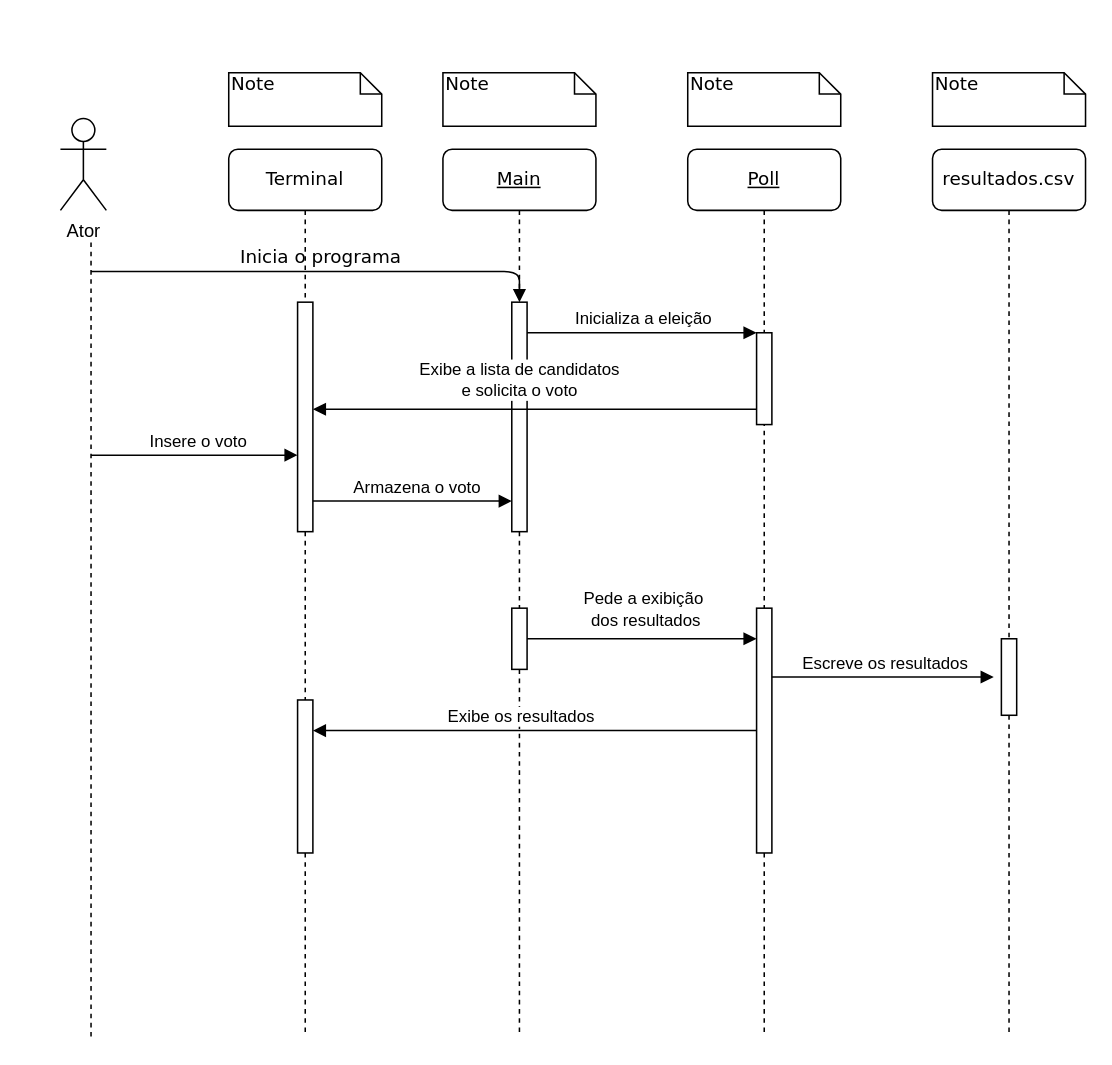
Jheickson/Urna keeps this draw.io diagram as page "Administrador" (1 of 2) of Documentos/Diagramas de Sequência/Diagrama de Sequência.drawio. Above is the earlier version. Source tidied: cells renumbered, new cells numbered last; positions are measured from the earlier drawing's top-left corner, leaving out a move shared by most shapes. Both pictures are drawn from the tidied source at 153%, with x=0, y=0 at pixel (60, 72).
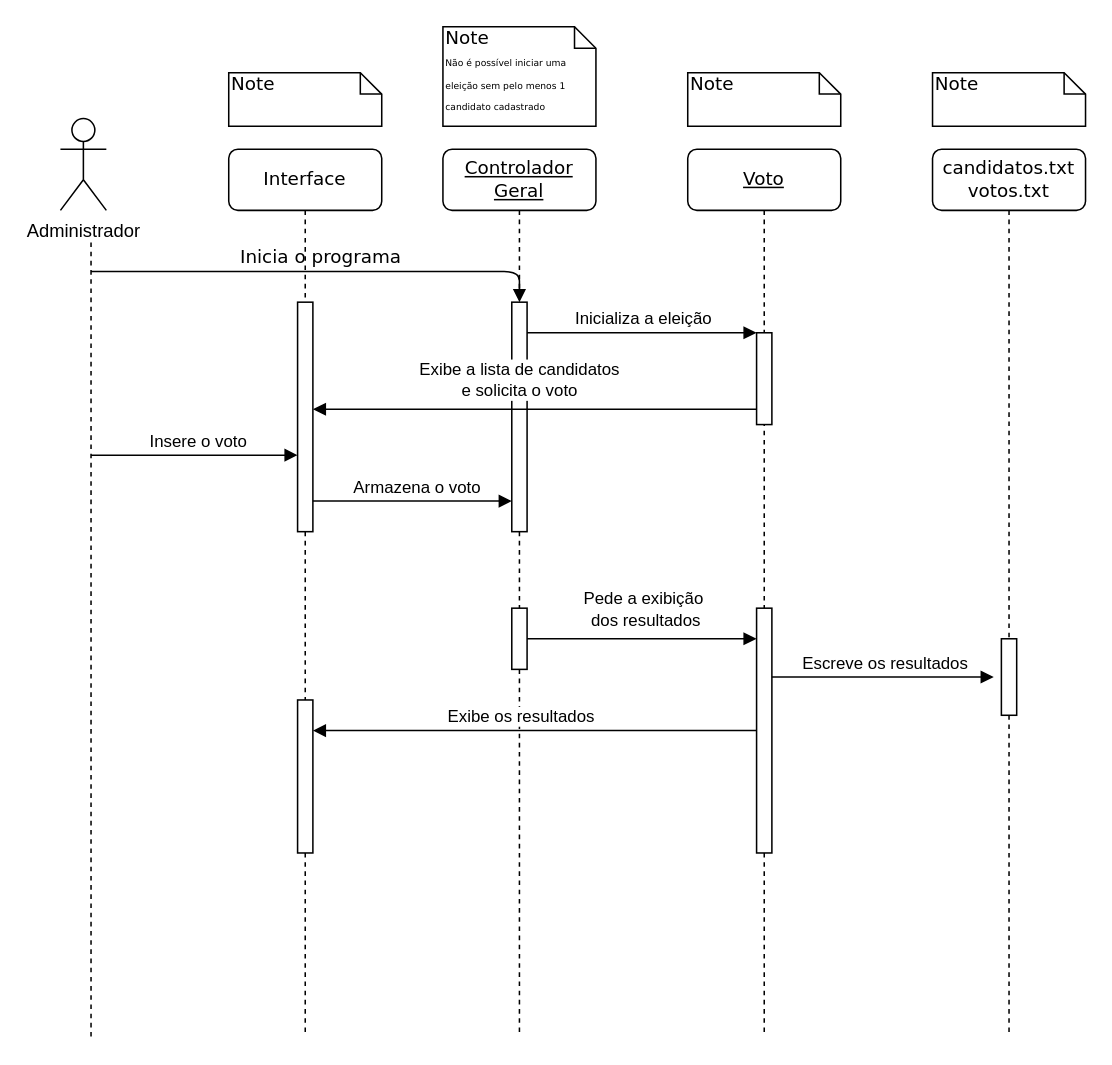
The same diagram, later.

Commit message (it also covers changes not shown here):
Diagrama de sequência Python

Diff of the diagram source:
```diff
@@
-    <mxCell id="2" value="&lt;u&gt;Main&lt;/u&gt;" style="shape=umlLifeline;perimeter=lifelinePerimeter;whiteSpace=wrap;html=1;rounded=1;shadow=0;comic=0;labelBackgroundColor=none;strokeWidth=1;fontFamily=Verdana;fontSize=12;align=center;" parent="1" vertex="1">
+    <mxCell id="2" value="&lt;u&gt;Controlador Geral&lt;/u&gt;" style="shape=umlLifeline;perimeter=lifelinePerimeter;whiteSpace=wrap;html=1;rounded=1;shadow=0;comic=0;labelBackgroundColor=none;strokeWidth=1;fontFamily=Verdana;fontSize=12;align=center;" parent="1" vertex="1">
       <mxGeometry x="250" y="50" width="100" height="580" as="geometry" />
     </mxCell>
@@
-    <mxCell id="5" value="&lt;u&gt;Poll&lt;/u&gt;" style="shape=umlLifeline;perimeter=lifelinePerimeter;whiteSpace=wrap;html=1;rounded=1;shadow=0;comic=0;labelBackgroundColor=none;strokeWidth=1;fontFamily=Verdana;fontSize=12;align=center;" parent="1" vertex="1">
+    <mxCell id="5" value="&lt;u&gt;Voto&lt;/u&gt;" style="shape=umlLifeline;perimeter=lifelinePerimeter;whiteSpace=wrap;html=1;rounded=1;shadow=0;comic=0;labelBackgroundColor=none;strokeWidth=1;fontFamily=Verdana;fontSize=12;align=center;" parent="1" vertex="1">
       <mxGeometry x="410" y="50" width="100" height="580" as="geometry" />
     </mxCell>
@@
-    <mxCell id="8" value="Terminal" style="shape=umlLifeline;perimeter=lifelinePerimeter;whiteSpace=wrap;html=1;rounded=1;shadow=0;comic=0;labelBackgroundColor=none;strokeWidth=1;fontFamily=Verdana;fontSize=12;align=center;" parent="1" vertex="1">
+    <mxCell id="8" value="Interface" style="shape=umlLifeline;perimeter=lifelinePerimeter;whiteSpace=wrap;html=1;rounded=1;shadow=0;comic=0;labelBackgroundColor=none;strokeWidth=1;fontFamily=Verdana;fontSize=12;align=center;" parent="1" vertex="1">
       <mxGeometry x="110" y="50" width="100" height="580" as="geometry" />
     </mxCell>
@@
-    <mxCell id="14" value="Note" style="shape=note;whiteSpace=wrap;html=1;size=14;verticalAlign=top;align=left;spacingTop=-6;rounded=0;shadow=0;comic=0;labelBackgroundColor=none;strokeWidth=1;fontFamily=Verdana;fontSize=12;" parent="1" vertex="1">
-      <mxGeometry x="250" width="100" height="35" as="geometry" />
+    <mxCell id="14" value="Note&lt;br&gt;&lt;font style=&quot;font-size: 6px;&quot;&gt;Não é possível iniciar uma eleição sem pelo menos 1 candidato cadastrado&lt;/font&gt;" style="shape=note;whiteSpace=wrap;html=1;size=14;verticalAlign=top;align=left;spacingTop=-6;rounded=0;shadow=0;comic=0;labelBackgroundColor=none;strokeWidth=1;fontFamily=Verdana;fontSize=12;" parent="1" vertex="1">
+      <mxGeometry x="250" y="-30" width="100" height="65" as="geometry" />
     </mxCell>
@@
-    <mxCell id="16" value="Ator" style="shape=umlActor;verticalLabelPosition=bottom;verticalAlign=top;html=1;" parent="1" vertex="1">
+    <mxCell id="16" value="Administrador" style="shape=umlActor;verticalLabelPosition=bottom;verticalAlign=top;html=1;" parent="1" vertex="1">
       <mxGeometry y="30" width="30" height="60" as="geometry" />
     </mxCell>
@@
-    <mxCell id="25" value="resultados.csv" style="shape=umlLifeline;perimeter=lifelinePerimeter;whiteSpace=wrap;html=1;rounded=1;shadow=0;comic=0;labelBackgroundColor=none;strokeWidth=1;fontFamily=Verdana;fontSize=12;align=center;" parent="1" vertex="1">
+    <mxCell id="25" value="candidatos.txt&lt;br&gt;votos.txt" style="shape=umlLifeline;perimeter=lifelinePerimeter;whiteSpace=wrap;html=1;rounded=1;shadow=0;comic=0;labelBackgroundColor=none;strokeWidth=1;fontFamily=Verdana;fontSize=12;align=center;" parent="1" vertex="1">
       <mxGeometry x="570" y="50" width="100" height="580" as="geometry" />
     </mxCell>
```
